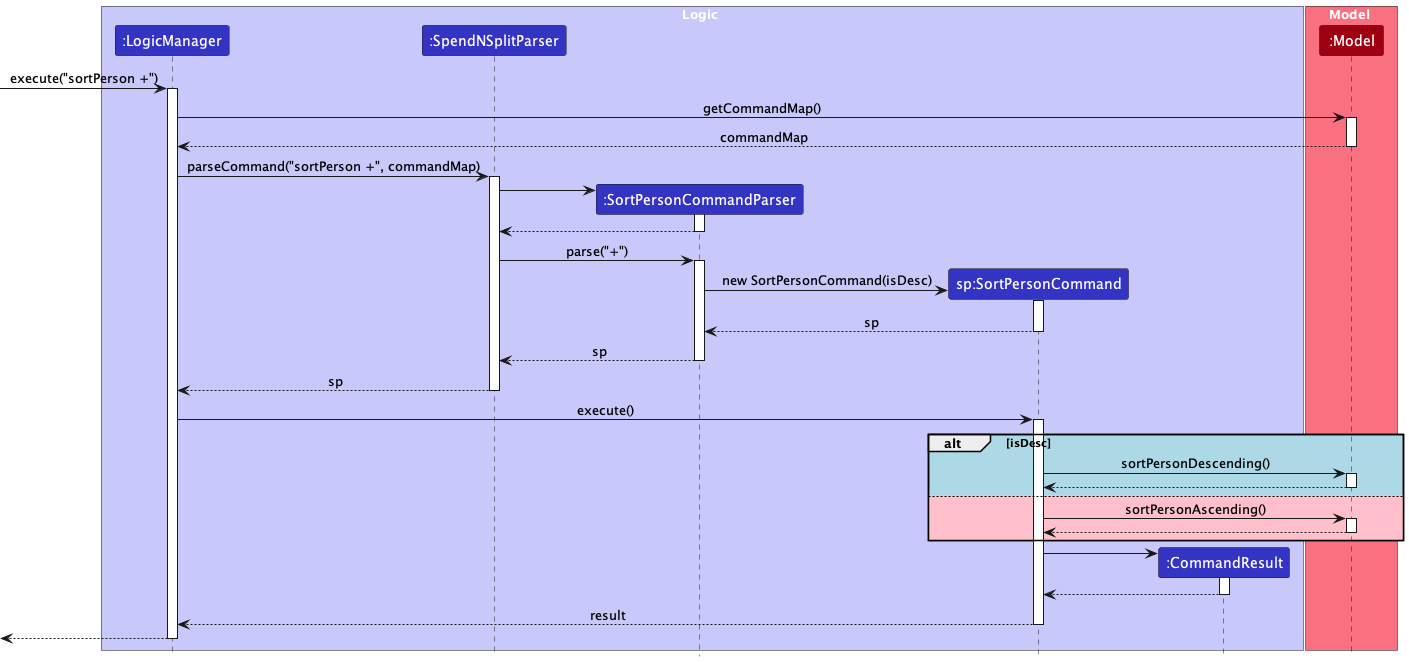
The PlantUML diagram docs/images/SortPersonSequenceDiagram.png in wui-hong/tp, before a commit.
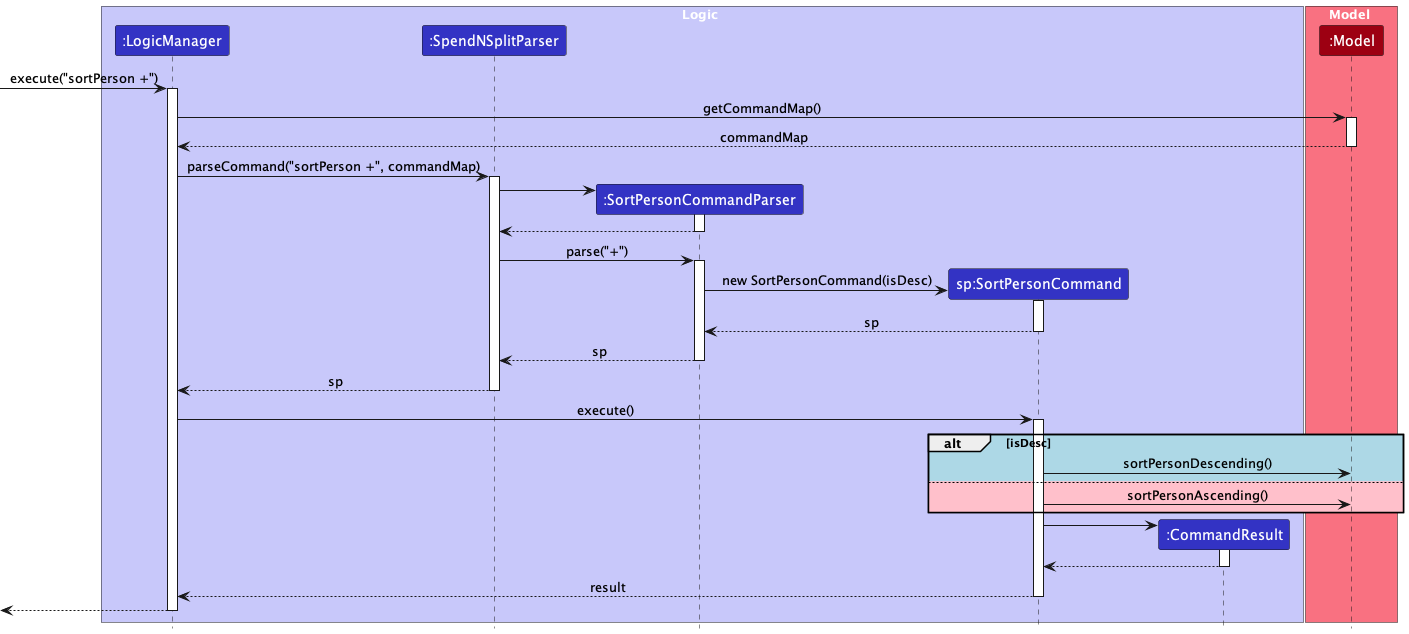
Above is the later version.

What changed in the source:
```diff
@@ -53,16 +53,10 @@
 
 alt #LightBlue isDesc
     SortPersonCommand -> Model : sortPersonDescending()
-    activate Model
 
-    Model --> SortPersonCommand
-    deactivate Model
 else #Pink
     SortPersonCommand -> Model : sortPersonAscending()
-    activate Model
 
-    Model --> SortPersonCommand
-    deactivate Model
 end
 
 create CommandResult
```
